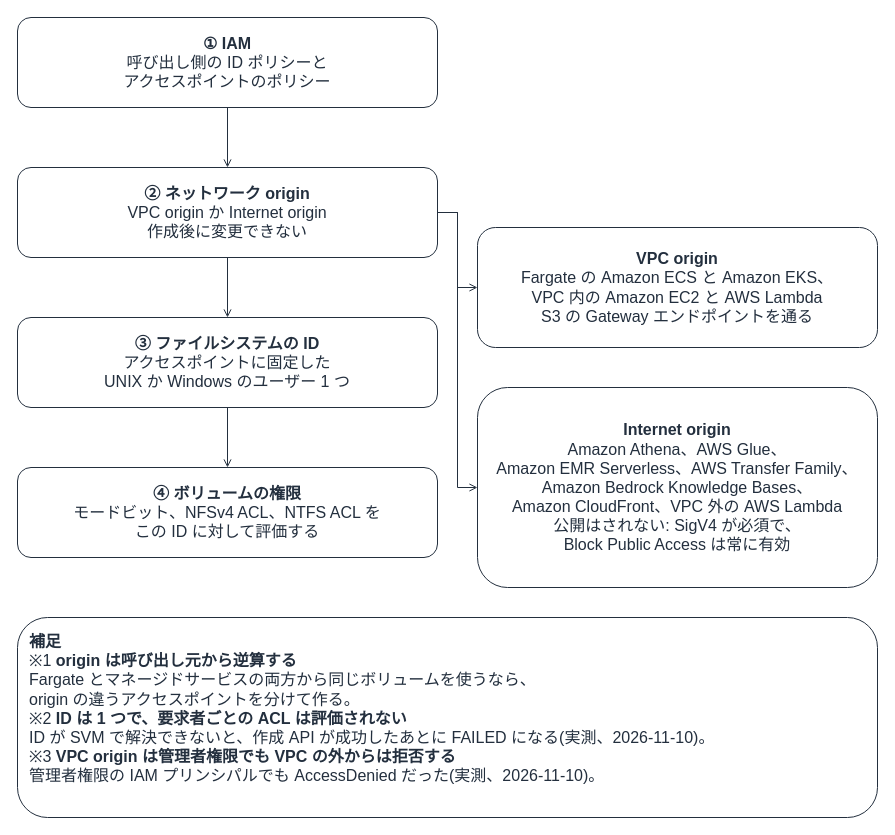
This is docs/_assets/diagrams/s3ap-request-path.drawio from Yoshiki0705/FSx-for-ONTAP-Container-Datastore-Patterns, a draw.io file, before an edit. Source tidied: cells renumbered, new cells numbered last; positions are measured from the earlier drawing's top-left corner, leaving out a move shared by most shapes. Both pictures are drawn from the tidied source at 100%, with x=0, y=0 at pixel (17, 17).
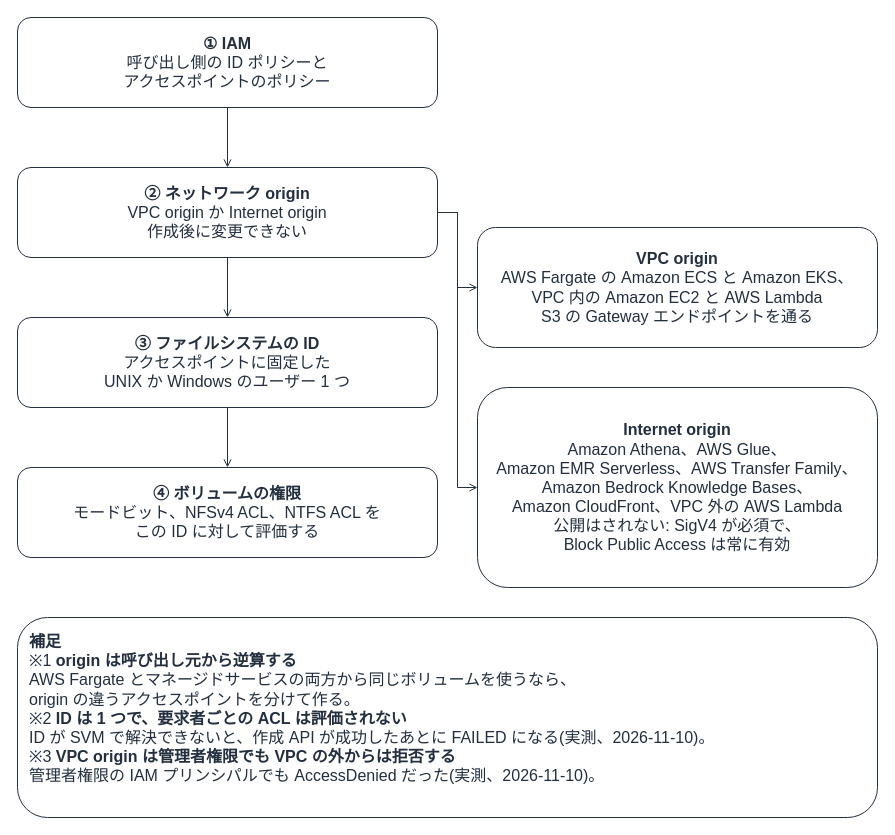
The same diagram, later.

Diff of the diagram source:
```diff
@@
 <mxGraphModel background="#FFFFFF">
   <root>
     <mxCell id="0" />
     <mxCell id="1" parent="0" />
     <mxCell id="2" style="edgeStyle=orthogonalEdgeStyle;rounded=0;html=1;endArrow=open;endFill=0;strokeColor=#232F3E;strokeWidth=1;fontSize=16;fontColor=#232F3E;labelBackgroundColor=#FFFFFF;exitX=0.5;exitY=1.0;exitDx=0;exitDy=0;entryX=0.5;entryY=0.0;entryDx=0;entryDy=0;" parent="1" edge="1" source="7" target="8">
       <mxGeometry relative="1" as="geometry" />
     </mxCell>
     <mxCell id="3" style="edgeStyle=orthogonalEdgeStyle;rounded=0;html=1;endArrow=open;endFill=0;strokeColor=#232F3E;strokeWidth=1;fontSize=16;fontColor=#232F3E;labelBackgroundColor=#FFFFFF;exitX=0.5;exitY=1.0;exitDx=0;exitDy=0;entryX=0.5;entryY=0.0;entryDx=0;entryDy=0;" parent="1" edge="1" source="8" target="9">
       <mxGeometry relative="1" as="geometry" />
     </mxCell>
     <mxCell id="4" style="edgeStyle=orthogonalEdgeStyle;rounded=0;html=1;endArrow=open;endFill=0;strokeColor=#232F3E;strokeWidth=1;fontSize=16;fontColor=#232F3E;labelBackgroundColor=#FFFFFF;exitX=0.5;exitY=1.0;exitDx=0;exitDy=0;entryX=0.5;entryY=0.0;entryDx=0;entryDy=0;" parent="1" edge="1" source="9" target="10">
       <mxGeometry relative="1" as="geometry" />
     </mxCell>
     <mxCell id="5" style="edgeStyle=orthogonalEdgeStyle;rounded=0;html=1;endArrow=open;endFill=0;strokeColor=#232F3E;strokeWidth=1;fontSize=16;fontColor=#232F3E;labelBackgroundColor=#FFFFFF;exitX=1.0;exitY=0.5;exitDx=0;exitDy=0;entryX=0.0;entryY=0.5;entryDx=0;entryDy=0;" parent="1" edge="1" source="8" target="11">
       <mxGeometry relative="1" as="geometry" />
     </mxCell>
     <mxCell id="6" style="edgeStyle=orthogonalEdgeStyle;rounded=0;html=1;endArrow=open;endFill=0;strokeColor=#232F3E;strokeWidth=1;fontSize=16;fontColor=#232F3E;labelBackgroundColor=#FFFFFF;exitX=1.0;exitY=0.5;exitDx=0;exitDy=0;entryX=0.0;entryY=0.5;entryDx=0;entryDy=0;" parent="1" edge="1" source="8" target="12">
       <mxGeometry relative="1" as="geometry" />
     </mxCell>
     <mxCell id="7" value="&lt;b&gt;① IAM&lt;/b&gt;&lt;br&gt;呼び出し側の ID ポリシーと&lt;br&gt;アクセスポイントのポリシー" style="rounded=1;whiteSpace=wrap;html=1;strokeColor=#232F3E;fillColor=none;fontColor=#232F3E;fontSize=16;verticalAlign=middle;align=center;" parent="1" vertex="1">
       <mxGeometry width="420" height="90" as="geometry" />
     </mxCell>
     <mxCell id="8" value="&lt;b&gt;② ネットワーク origin&lt;/b&gt;&lt;br&gt;VPC origin か Internet origin&lt;br&gt;作成後に変更できない" style="rounded=1;whiteSpace=wrap;html=1;strokeColor=#232F3E;fillColor=none;fontColor=#232F3E;fontSize=16;verticalAlign=middle;align=center;" parent="1" vertex="1">
       <mxGeometry y="150" width="420" height="90" as="geometry" />
     </mxCell>
     <mxCell id="9" value="&lt;b&gt;③ ファイルシステムの ID&lt;/b&gt;&lt;br&gt;アクセスポイントに固定した&lt;br&gt;UNIX か Windows のユーザー 1 つ" style="rounded=1;whiteSpace=wrap;html=1;strokeColor=#232F3E;fillColor=none;fontColor=#232F3E;fontSize=16;verticalAlign=middle;align=center;" parent="1" vertex="1">
       <mxGeometry y="300" width="420" height="90" as="geometry" />
     </mxCell>
     <mxCell id="10" value="&lt;b&gt;④ ボリュームの権限&lt;/b&gt;&lt;br&gt;モードビット、NFSv4 ACL、NTFS ACL を&lt;br&gt;この ID に対して評価する" style="rounded=1;whiteSpace=wrap;html=1;strokeColor=#232F3E;fillColor=none;fontColor=#232F3E;fontSize=16;verticalAlign=middle;align=center;" parent="1" vertex="1">
       <mxGeometry y="450" width="420" height="90" as="geometry" />
     </mxCell>
-    <mxCell id="11" value="&lt;b&gt;VPC origin&lt;/b&gt;&lt;br&gt;Fargate の Amazon ECS と Amazon EKS、&lt;br&gt;VPC 内の Amazon EC2 と AWS Lambda&lt;br&gt;S3 の Gateway エンドポイントを通る" style="rounded=1;whiteSpace=wrap;html=1;strokeColor=#232F3E;fillColor=none;fontColor=#232F3E;fontSize=16;verticalAlign=middle;align=center;" parent="1" vertex="1">
+    <mxCell id="11" value="&lt;b&gt;VPC origin&lt;/b&gt;&lt;br&gt;AWS Fargate の Amazon ECS と Amazon EKS、&lt;br&gt;VPC 内の Amazon EC2 と AWS Lambda&lt;br&gt;S3 の Gateway エンドポイントを通る" style="rounded=1;whiteSpace=wrap;html=1;strokeColor=#232F3E;fillColor=none;fontColor=#232F3E;fontSize=16;verticalAlign=middle;align=center;" parent="1" vertex="1">
       <mxGeometry x="460" y="210" width="400" height="120" as="geometry" />
     </mxCell>
     <mxCell id="12" value="&lt;b&gt;Internet origin&lt;/b&gt;&lt;br&gt;Amazon Athena、AWS Glue、&lt;br&gt;Amazon EMR Serverless、AWS Transfer Family、&lt;br&gt;Amazon Bedrock Knowledge Bases、&lt;br&gt;Amazon CloudFront、VPC 外の AWS Lambda&lt;br&gt;公開はされない: SigV4 が必須で、&lt;br&gt;Block Public Access は常に有効" style="rounded=1;whiteSpace=wrap;html=1;strokeColor=#232F3E;fillColor=none;fontColor=#232F3E;fontSize=16;verticalAlign=middle;align=center;" parent="1" vertex="1">
       <mxGeometry x="460" y="370" width="400" height="200" as="geometry" />
     </mxCell>
-    <mxCell id="13" value="&lt;b&gt;補足&lt;/b&gt;&lt;br&gt;※1 &lt;b&gt;origin は呼び出し元から逆算する&lt;/b&gt;&lt;br&gt;Fargate とマネージドサービスの両方から同じボリュームを使うなら、&lt;br&gt;origin の違うアクセスポイントを分けて作る。&lt;br&gt;※2 &lt;b&gt;ID は 1 つで、要求者ごとの ACL は評価されない&lt;/b&gt;&lt;br&gt;ID が SVM で解決できないと、作成 API が成功したあとに FAILED になる(実測、2026-11-10)。&lt;br&gt;※3 &lt;b&gt;VPC origin は管理者権限でも VPC の外からは拒否する&lt;/b&gt;&lt;br&gt;管理者権限の IAM プリンシパルでも AccessDenied だった(実測、2026-11-10)。" style="rounded=1;whiteSpace=wrap;html=1;strokeColor=#232F3E;fillColor=none;fontColor=#232F3E;fontSize=16;verticalAlign=top;align=left;spacingLeft=10;spacingRight=10;spacingTop=8;" parent="1" vertex="1">
+    <mxCell id="13" value="&lt;b&gt;補足&lt;/b&gt;&lt;br&gt;※1 &lt;b&gt;origin は呼び出し元から逆算する&lt;/b&gt;&lt;br&gt;AWS Fargate とマネージドサービスの両方から同じボリュームを使うなら、&lt;br&gt;origin の違うアクセスポイントを分けて作る。&lt;br&gt;※2 &lt;b&gt;ID は 1 つで、要求者ごとの ACL は評価されない&lt;/b&gt;&lt;br&gt;ID が SVM で解決できないと、作成 API が成功したあとに FAILED になる(実測、2026-11-10)。&lt;br&gt;※3 &lt;b&gt;VPC origin は管理者権限でも VPC の外からは拒否する&lt;/b&gt;&lt;br&gt;管理者権限の IAM プリンシパルでも AccessDenied だった(実測、2026-11-10)。" style="rounded=1;whiteSpace=wrap;html=1;strokeColor=#232F3E;fillColor=none;fontColor=#232F3E;fontSize=16;verticalAlign=top;align=left;spacingLeft=10;spacingRight=10;spacingTop=8;" parent="1" vertex="1">
       <mxGeometry y="600" width="860" height="200" as="geometry" />
     </mxCell>
   </root>
 </mxGraphModel>
```
